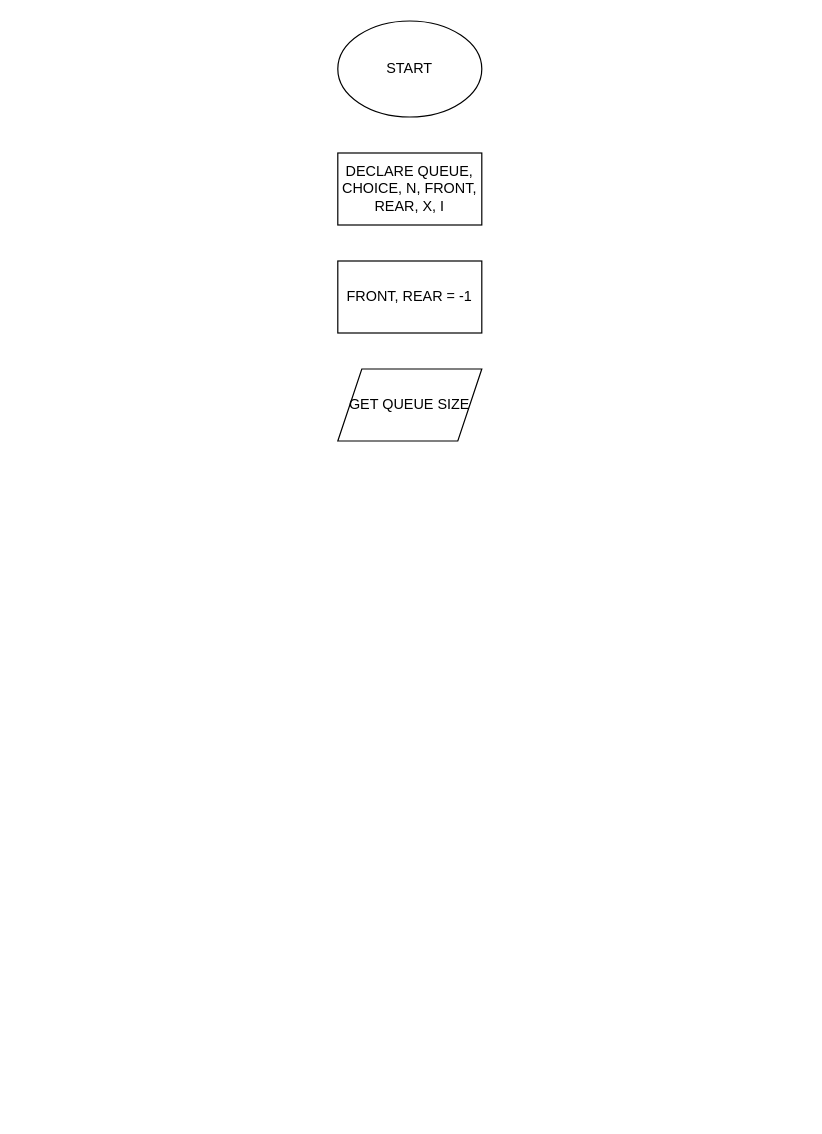
Earlier version of the draw.io diagram CIRCULAR_QUEUE.drawio (ahamril2265/DSA-LABS). Source tidied: cells renumbered, new cells numbered last; positions are measured from the earlier drawing's top-left corner, leaving out a move shared by most shapes. Both pictures are drawn from the tidied source at 120%, with x=0, y=0 at pixel (337, 20).
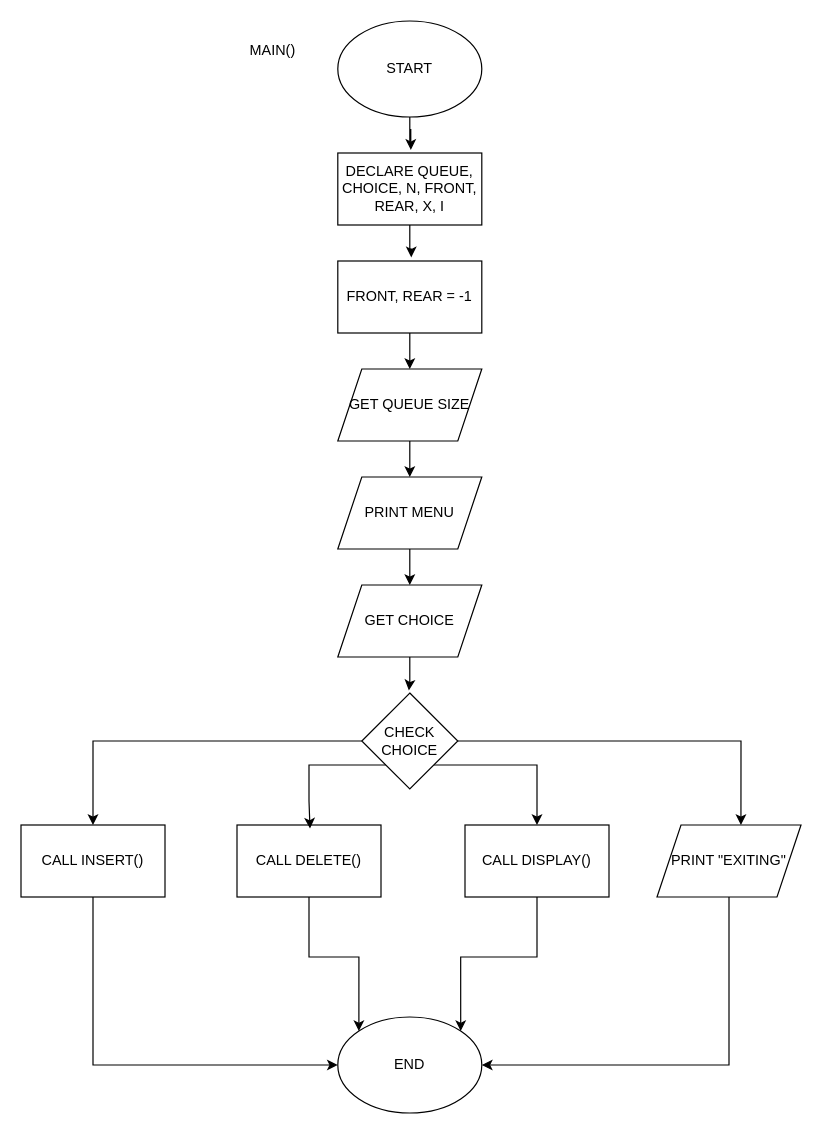
The same page after the edit.

The change refers to these unchanged cells:
```xml
<mxCell id="2" value="START" style="ellipse;whiteSpace=wrap;html=1;" parent="1" vertex="1">
  <mxGeometry width="120" height="80" as="geometry" />
</mxCell>
<mxCell id="3" value="DECLARE QUEUE, CHOICE, N, FRONT, REAR, X, I" style="rounded=0;whiteSpace=wrap;html=1;" parent="1" vertex="1">
  <mxGeometry y="110" width="120" height="60" as="geometry" />
</mxCell>
<mxCell id="4" value="FRONT, REAR = -1" style="rounded=0;whiteSpace=wrap;html=1;" parent="1" vertex="1">
  <mxGeometry y="200" width="120" height="60" as="geometry" />
</mxCell>
<mxCell id="5" value="GET QUEUE SIZE" style="shape=parallelogram;perimeter=parallelogramPerimeter;whiteSpace=wrap;html=1;fixedSize=1;" parent="1" vertex="1">
  <mxGeometry y="290" width="120" height="60" as="geometry" />
</mxCell>
```

Change to the diagram source:
```diff
@@
+    <mxCell id="6" style="edgeStyle=orthogonalEdgeStyle;rounded=0;jettySize=auto;html=1;entryX=0.5;entryY=0;entryDx=0;entryDy=0;" parent="1" edge="1" source="4" target="5">
+      <mxGeometry relative="1" as="geometry" />
+    </mxCell>
@@
+    <mxCell id="7" style="edgeStyle=orthogonalEdgeStyle;rounded=0;jettySize=auto;html=1;entryX=0.5;entryY=0;entryDx=0;entryDy=0;" parent="1" edge="1" source="5" target="9">
+      <mxGeometry relative="1" as="geometry" />
+    </mxCell>
@@
+    <mxCell id="8" style="edgeStyle=orthogonalEdgeStyle;rounded=0;jettySize=auto;html=1;entryX=0.5;entryY=0;entryDx=0;entryDy=0;" parent="1" edge="1" source="9" target="10">
+      <mxGeometry relative="1" as="geometry" />
+    </mxCell>
+    <mxCell id="9" value="PRINT MENU" style="shape=parallelogram;perimeter=parallelogramPerimeter;whiteSpace=wrap;html=1;fixedSize=1;" parent="1" vertex="1">
+      <mxGeometry y="380" width="120" height="60" as="geometry" />
+    </mxCell>
+    <mxCell id="10" value="GET CHOICE" style="shape=parallelogram;perimeter=parallelogramPerimeter;whiteSpace=wrap;html=1;fixedSize=1;" parent="1" vertex="1">
+      <mxGeometry y="470" width="120" height="60" as="geometry" />
+    </mxCell>
+    <mxCell id="11" style="edgeStyle=orthogonalEdgeStyle;rounded=0;jettySize=auto;html=1;entryX=0.5;entryY=0;entryDx=0;entryDy=0;" parent="1" edge="1" source="13" target="15">
+      <mxGeometry relative="1" as="geometry" />
+    </mxCell>
+    <mxCell id="12" style="edgeStyle=orthogonalEdgeStyle;rounded=0;jettySize=auto;html=1;exitX=1;exitY=1;exitDx=0;exitDy=0;entryX=0.5;entryY=0;entryDx=0;entryDy=0;" parent="1" edge="1" source="13" target="19">
+      <mxGeometry relative="1" as="geometry" />
+    </mxCell>
+    <mxCell id="13" value="CHECK CHOICE" style="rhombus;whiteSpace=wrap;html=1;" parent="1" vertex="1">
+      <mxGeometry x="20" y="560" width="80" height="80" as="geometry" />
+    </mxCell>
+    <mxCell id="14" style="edgeStyle=orthogonalEdgeStyle;rounded=0;jettySize=auto;html=1;exitX=0.5;exitY=1;exitDx=0;exitDy=0;entryX=0;entryY=0.5;entryDx=0;entryDy=0;" parent="1" edge="1" source="15" target="27">
+      <mxGeometry relative="1" as="geometry" />
+    </mxCell>
+    <mxCell id="15" value="CALL INSERT()" style="rounded=0;whiteSpace=wrap;html=1;" parent="1" vertex="1">
+      <mxGeometry x="-264" y="670" width="120" height="60" as="geometry" />
+    </mxCell>
+    <mxCell id="16" style="edgeStyle=orthogonalEdgeStyle;rounded=0;jettySize=auto;html=1;exitX=0.5;exitY=1;exitDx=0;exitDy=0;entryX=0;entryY=0;entryDx=0;entryDy=0;" parent="1" edge="1" source="17" target="27">
+      <mxGeometry relative="1" as="geometry" />
+    </mxCell>
+    <mxCell id="17" value="CALL DELETE()" style="rounded=0;whiteSpace=wrap;html=1;" parent="1" vertex="1">
+      <mxGeometry x="-84" y="670" width="120" height="60" as="geometry" />
+    </mxCell>
+    <mxCell id="18" style="edgeStyle=orthogonalEdgeStyle;rounded=0;jettySize=auto;html=1;exitX=0.5;exitY=1;exitDx=0;exitDy=0;entryX=1;entryY=0;entryDx=0;entryDy=0;" parent="1" edge="1" source="19" target="27">
+      <mxGeometry relative="1" as="geometry" />
+    </mxCell>
+    <mxCell id="19" value="CALL DISPLAY()" style="rounded=0;whiteSpace=wrap;html=1;" parent="1" vertex="1">
+      <mxGeometry x="106" y="670" width="120" height="60" as="geometry" />
+    </mxCell>
+    <mxCell id="20" style="edgeStyle=orthogonalEdgeStyle;rounded=0;jettySize=auto;html=1;entryX=1;entryY=0.5;entryDx=0;entryDy=0;" parent="1" edge="1" source="21" target="27">
+      <mxGeometry relative="1" as="geometry">
+        <Array as="points">
+          <mxPoint x="326" y="870" />
+        </Array>
+      </mxGeometry>
+    </mxCell>
+    <mxCell id="21" value="PRINT &quot;EXITING&quot;" style="shape=parallelogram;perimeter=parallelogramPerimeter;whiteSpace=wrap;html=1;fixedSize=1;" parent="1" vertex="1">
+      <mxGeometry x="266" y="670" width="120" height="60" as="geometry" />
+    </mxCell>
+    <mxCell id="22" style="edgeStyle=orthogonalEdgeStyle;rounded=0;jettySize=auto;html=1;entryX=0.507;entryY=-0.043;entryDx=0;entryDy=0;entryPerimeter=0;" parent="1" edge="1" source="2" target="3">
+      <mxGeometry relative="1" as="geometry" />
+    </mxCell>
+    <mxCell id="23" style="edgeStyle=orthogonalEdgeStyle;rounded=0;jettySize=auto;html=1;entryX=0.51;entryY=-0.05;entryDx=0;entryDy=0;entryPerimeter=0;" parent="1" edge="1" source="3" target="4">
+      <mxGeometry relative="1" as="geometry" />
+    </mxCell>
+    <mxCell id="24" style="edgeStyle=orthogonalEdgeStyle;rounded=0;jettySize=auto;html=1;entryX=0.49;entryY=-0.027;entryDx=0;entryDy=0;entryPerimeter=0;" parent="1" edge="1" source="10" target="13">
+      <mxGeometry relative="1" as="geometry" />
+    </mxCell>
+    <mxCell id="25" style="edgeStyle=orthogonalEdgeStyle;rounded=0;jettySize=auto;html=1;exitX=0;exitY=1;exitDx=0;exitDy=0;entryX=0.507;entryY=0.05;entryDx=0;entryDy=0;entryPerimeter=0;" parent="1" edge="1" source="13" target="17">
+      <mxGeometry relative="1" as="geometry">
+        <Array as="points">
+          <mxPoint x="-24" y="620" />
+          <mxPoint x="-24" y="650" />
+          <mxPoint x="-23" y="650" />
+        </Array>
+      </mxGeometry>
+    </mxCell>
+    <mxCell id="26" style="edgeStyle=orthogonalEdgeStyle;rounded=0;jettySize=auto;html=1;entryX=0.583;entryY=0;entryDx=0;entryDy=0;entryPerimeter=0;" parent="1" edge="1" source="13" target="21">
+      <mxGeometry relative="1" as="geometry" />
+    </mxCell>
+    <mxCell id="27" value="END" style="ellipse;whiteSpace=wrap;html=1;" parent="1" vertex="1">
+      <mxGeometry y="830" width="120" height="80" as="geometry" />
+    </mxCell>
+    <mxCell id="28" value="MAIN()" style="text;html=1;whiteSpace=wrap;strokeColor=none;fillColor=none;align=center;verticalAlign=middle;rounded=0;" parent="1" vertex="1">
+      <mxGeometry x="-84" y="10" width="60" height="30" as="geometry" />
+    </mxCell>
```
